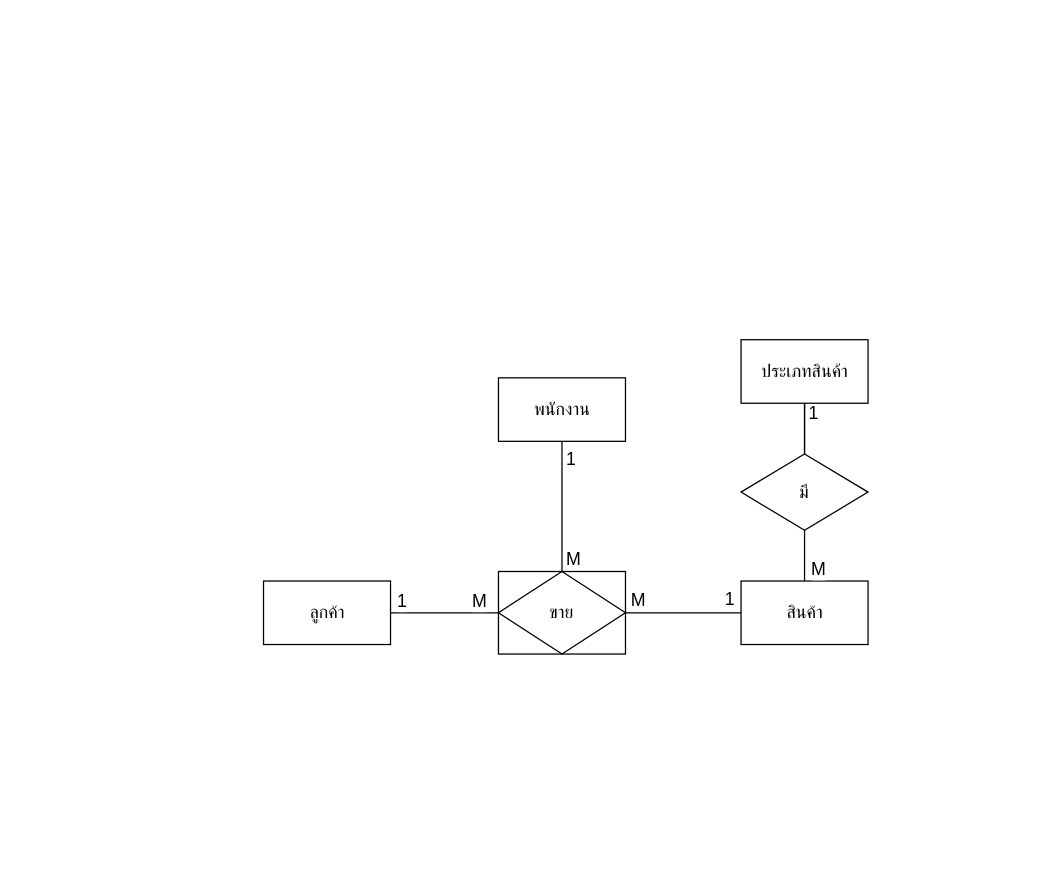
This is ERD_PoiPet_Shose.drawio from ThongChaiBoonChan/PoiPet-Shoes, a draw.io file, before an edit. Source tidied: cells renumbered, new cells numbered last; positions are measured from the earlier drawing's top-left corner, leaving out a move shared by most shapes. Both pictures are drawn from the tidied source at 127%, with x=0, y=0 at pixel (263, 339).
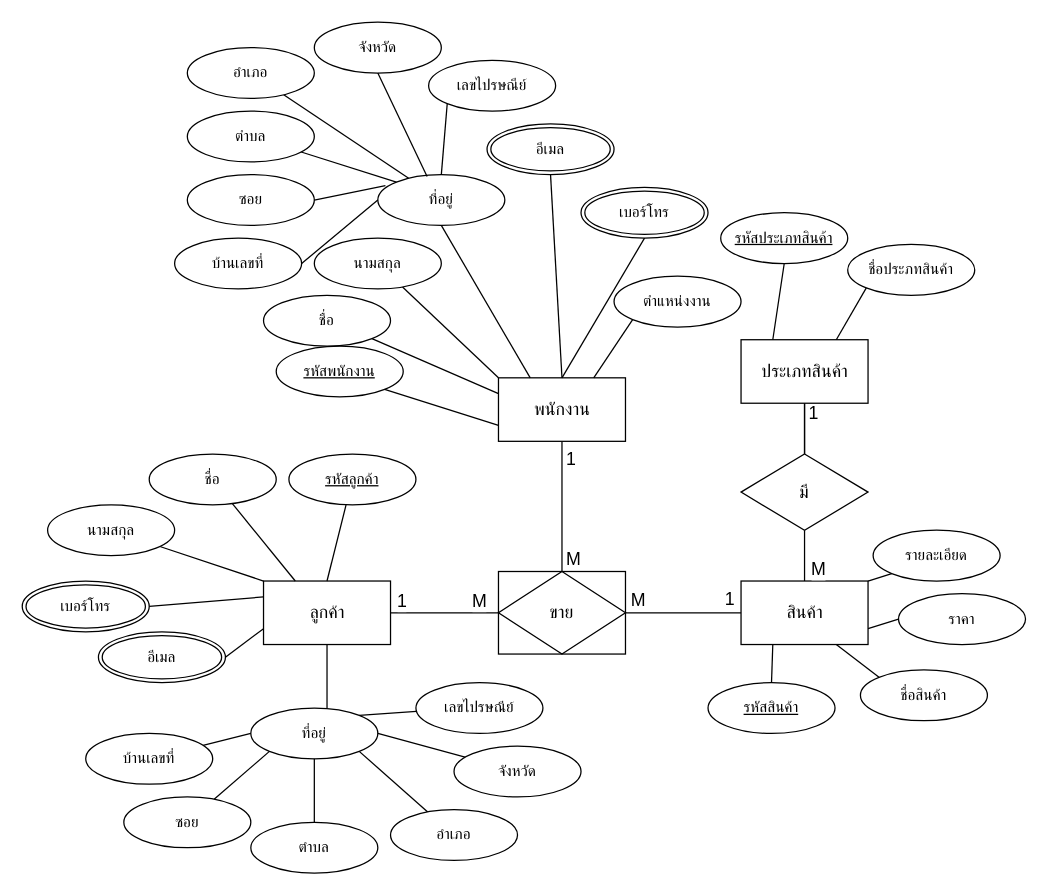
The same diagram, later.

The change refers to these unchanged cells:
```xml
<mxCell id="5" value="ลูกค้า" style="html=1;dashed=0;whitespace=wrap;fontSize=14;" parent="1" vertex="1">
  <mxGeometry y="190" width="100" height="50" as="geometry" />
</mxCell>
<mxCell id="6" value="สินค้า" style="html=1;dashed=0;whitespace=wrap;fontSize=14;" parent="1" vertex="1">
  <mxGeometry x="376" y="190" width="100" height="50" as="geometry" />
</mxCell>
<mxCell id="10" value="พนักงาน" style="html=1;dashed=0;whitespace=wrap;fontSize=14;" parent="1" vertex="1">
  <mxGeometry x="185" y="30" width="100" height="50" as="geometry" />
</mxCell>
<mxCell id="18" value="ประเภทสินค้า" style="html=1;dashed=0;whitespace=wrap;fontSize=14;" parent="1" vertex="1">
  <mxGeometry x="376" width="100" height="50" as="geometry" />
</mxCell>
```

What changed in the source:
```diff
@@
+    <mxCell id="22" style="edgeStyle=none;rounded=0;jettySize=auto;html=1;entryX=0.5;entryY=0;entryDx=0;entryDy=0;endArrow=none;endFill=0;" parent="1" edge="1" source="23" target="5">
+      <mxGeometry relative="1" as="geometry" />
+    </mxCell>
+    <mxCell id="23" value="รหัสลูกค้า" style="ellipse;whiteSpace=wrap;html=1;align=center;fontStyle=4;" parent="1" vertex="1">
+      <mxGeometry x="20" y="90" width="100" height="40" as="geometry" />
+    </mxCell>
+    <mxCell id="24" value="รหัสพนักงาน" style="ellipse;whiteSpace=wrap;html=1;align=center;fontStyle=4;" parent="1" vertex="1">
+      <mxGeometry x="10" y="5" width="100" height="40" as="geometry" />
+    </mxCell>
+    <mxCell id="25" value="รหัสประเภทสินค้า" style="ellipse;whiteSpace=wrap;html=1;align=center;fontStyle=4;" parent="1" vertex="1">
+      <mxGeometry x="360" y="-100" width="100" height="40" as="geometry" />
+    </mxCell>
+    <mxCell id="26" value="รหัสสินค้า" style="ellipse;whiteSpace=wrap;html=1;align=center;fontStyle=4;" parent="1" vertex="1">
+      <mxGeometry x="350" y="270" width="100" height="40" as="geometry" />
+    </mxCell>
+    <mxCell id="27" style="edgeStyle=none;rounded=0;jettySize=auto;html=1;entryX=0.25;entryY=0;entryDx=0;entryDy=0;endArrow=none;endFill=0;" parent="1" edge="1" source="28" target="5">
+      <mxGeometry relative="1" as="geometry" />
+    </mxCell>
+    <mxCell id="28" value="ชื่อ" style="ellipse;whiteSpace=wrap;html=1;align=center;" parent="1" vertex="1">
+      <mxGeometry x="-90" y="90" width="100" height="40" as="geometry" />
+    </mxCell>
+    <mxCell id="29" style="edgeStyle=none;rounded=0;jettySize=auto;html=1;entryX=0;entryY=0;entryDx=0;entryDy=0;endArrow=none;endFill=0;" parent="1" edge="1" source="30" target="5">
+      <mxGeometry relative="1" as="geometry" />
+    </mxCell>
+    <mxCell id="30" value="นามสกุล" style="ellipse;whiteSpace=wrap;html=1;align=center;" parent="1" vertex="1">
+      <mxGeometry x="-170" y="130" width="100" height="40" as="geometry" />
+    </mxCell>
+    <mxCell id="31" value="ชื่อ" style="ellipse;whiteSpace=wrap;html=1;align=center;" parent="1" vertex="1">
+      <mxGeometry y="-35" width="100" height="40" as="geometry" />
+    </mxCell>
+    <mxCell id="32" style="endArrow=none;html=1;rounded=0;exitX=0.5;exitY=0;exitDx=0;exitDy=0;entryX=0.5;entryY=1;entryDx=0;entryDy=0;" parent="1" edge="1" target="5">
+      <mxGeometry relative="1" as="geometry">
+        <mxPoint x="50" y="290" as="sourcePoint" />
+      </mxGeometry>
+    </mxCell>
+    <mxCell id="33" value="เบอร์โทร" style="ellipse;shape=doubleEllipse;margin=3;whiteSpace=wrap;html=1;align=center;" parent="1" vertex="1">
+      <mxGeometry x="-190" y="190" width="100" height="40" as="geometry" />
+    </mxCell>
+    <mxCell id="34" value="ที่อยู่" style="ellipse;whiteSpace=wrap;html=1;align=center;" parent="1" vertex="1">
+      <mxGeometry x="-10" y="290" width="100" height="40" as="geometry" />
+    </mxCell>
+    <mxCell id="35" value="อีเมล" style="ellipse;shape=doubleEllipse;margin=3;whiteSpace=wrap;html=1;align=center;" parent="1" vertex="1">
+      <mxGeometry x="-130" y="230" width="100" height="40" as="geometry" />
+    </mxCell>
+    <mxCell id="36" style="endArrow=none;html=1;rounded=0;exitX=1;exitY=0.5;exitDx=0;exitDy=0;entryX=0;entryY=0.25;entryDx=0;entryDy=0;" parent="1" edge="1" source="33" target="5">
+      <mxGeometry relative="1" as="geometry" />
+    </mxCell>
+    <mxCell id="37" style="endArrow=none;html=1;rounded=0;exitX=1;exitY=0.5;exitDx=0;exitDy=0;entryX=0;entryY=0.75;entryDx=0;entryDy=0;" parent="1" edge="1" source="35" target="5">
+      <mxGeometry relative="1" as="geometry" />
+    </mxCell>
+    <mxCell id="38" style="endArrow=none;html=1;rounded=0;exitX=1;exitY=1;exitDx=0;exitDy=0;entryX=0;entryY=0.75;entryDx=0;entryDy=0;" parent="1" edge="1" source="24" target="10">
+      <mxGeometry relative="1" as="geometry" />
+    </mxCell>
+    <mxCell id="39" style="endArrow=none;html=1;rounded=0;exitX=1;exitY=1;exitDx=0;exitDy=0;entryX=0;entryY=0.25;entryDx=0;entryDy=0;" parent="1" edge="1" source="31" target="10">
+      <mxGeometry relative="1" as="geometry" />
+    </mxCell>
+    <mxCell id="40" value="เบอร์โทร" style="ellipse;shape=doubleEllipse;margin=3;whiteSpace=wrap;html=1;align=center;" parent="1" vertex="1">
+      <mxGeometry x="250" y="-120" width="100" height="40" as="geometry" />
+    </mxCell>
+    <mxCell id="41" value="อีเมล" style="ellipse;shape=doubleEllipse;margin=3;whiteSpace=wrap;html=1;align=center;" parent="1" vertex="1">
+      <mxGeometry x="176" y="-170" width="100" height="40" as="geometry" />
+    </mxCell>
+    <mxCell id="42" value="บ้านเลขที่" style="ellipse;whiteSpace=wrap;html=1;align=center;" parent="1" vertex="1">
+      <mxGeometry x="-70" y="-80" width="100" height="40" as="geometry" />
+    </mxCell>
+    <mxCell id="43" value="ซอย" style="ellipse;whiteSpace=wrap;html=1;align=center;" parent="1" vertex="1">
+      <mxGeometry x="-60" y="-130" width="100" height="40" as="geometry" />
+    </mxCell>
+    <mxCell id="44" value="จังหวัด" style="ellipse;whiteSpace=wrap;html=1;align=center;" parent="1" vertex="1">
+      <mxGeometry x="40" y="-250" width="100" height="40" as="geometry" />
+    </mxCell>
+    <mxCell id="45" value="เลขไปรษณีย์" style="ellipse;whiteSpace=wrap;html=1;align=center;" parent="1" vertex="1">
+      <mxGeometry x="130" y="-220" width="100" height="40" as="geometry" />
+    </mxCell>
+    <mxCell id="46" value="ที่อยู่" style="ellipse;whiteSpace=wrap;html=1;align=center;" parent="1" vertex="1">
+      <mxGeometry x="90" y="-130" width="100" height="40" as="geometry" />
+    </mxCell>
+    <mxCell id="47" style="endArrow=none;html=1;rounded=0;exitX=1;exitY=0.5;exitDx=0;exitDy=0;entryX=0;entryY=0.5;entryDx=0;entryDy=0;" parent="1" edge="1" source="42" target="46">
+      <mxGeometry relative="1" as="geometry" />
+    </mxCell>
+    <mxCell id="48" style="endArrow=none;html=1;rounded=0;exitX=1;exitY=0.5;exitDx=0;exitDy=0;entryX=0.06;entryY=0.215;entryDx=0;entryDy=0;entryPerimeter=0;" parent="1" edge="1" source="43" target="46">
+      <mxGeometry relative="1" as="geometry" />
+    </mxCell>
+    <mxCell id="49" style="endArrow=none;html=1;rounded=0;exitX=0.5;exitY=1;exitDx=0;exitDy=0;entryX=0.25;entryY=0;entryDx=0;entryDy=0;" parent="1" edge="1" source="46" target="10">
+      <mxGeometry relative="1" as="geometry" />
+    </mxCell>
+    <mxCell id="50" style="endArrow=none;html=1;rounded=0;exitX=0.5;exitY=1;exitDx=0;exitDy=0;entryX=0.388;entryY=0.035;entryDx=0;entryDy=0;entryPerimeter=0;" parent="1" edge="1" source="44" target="46">
+      <mxGeometry relative="1" as="geometry" />
+    </mxCell>
+    <mxCell id="51" style="endArrow=none;html=1;rounded=0;exitX=0.5;exitY=0;exitDx=0;exitDy=0;entryX=0;entryY=1;entryDx=0;entryDy=0;" parent="1" edge="1" source="46" target="45">
+      <mxGeometry relative="1" as="geometry" />
+    </mxCell>
+    <mxCell id="52" style="endArrow=none;html=1;rounded=0;exitX=0.5;exitY=1;exitDx=0;exitDy=0;entryX=0.5;entryY=0;entryDx=0;entryDy=0;" parent="1" edge="1" source="41" target="10">
+      <mxGeometry relative="1" as="geometry" />
+    </mxCell>
+    <mxCell id="53" style="endArrow=none;html=1;rounded=0;exitX=0.5;exitY=1;exitDx=0;exitDy=0;entryX=0.5;entryY=0;entryDx=0;entryDy=0;" parent="1" edge="1" source="40" target="10">
+      <mxGeometry relative="1" as="geometry" />
+    </mxCell>
+    <mxCell id="54" value="ตำแหน่งงาน" style="ellipse;whiteSpace=wrap;html=1;align=center;" parent="1" vertex="1">
+      <mxGeometry x="276" y="-50" width="100" height="40" as="geometry" />
+    </mxCell>
+    <mxCell id="55" style="endArrow=none;html=1;rounded=0;exitX=0;exitY=1;exitDx=0;exitDy=0;entryX=0.75;entryY=0;entryDx=0;entryDy=0;" parent="1" edge="1" source="54" target="10">
+      <mxGeometry relative="1" as="geometry" />
+    </mxCell>
+    <mxCell id="56" value="ชื่อประภทสินค้า" style="ellipse;whiteSpace=wrap;html=1;align=center;" parent="1" vertex="1">
+      <mxGeometry x="460" y="-75" width="100" height="40" as="geometry" />
+    </mxCell>
+    <mxCell id="57" style="endArrow=none;html=1;rounded=0;exitX=0.5;exitY=1;exitDx=0;exitDy=0;entryX=0.25;entryY=0;entryDx=0;entryDy=0;" parent="1" edge="1" source="25" target="18">
+      <mxGeometry relative="1" as="geometry" />
+    </mxCell>
+    <mxCell id="58" style="endArrow=none;html=1;rounded=0;exitX=0;exitY=1;exitDx=0;exitDy=0;entryX=0.75;entryY=0;entryDx=0;entryDy=0;" parent="1" edge="1" source="56" target="18">
+      <mxGeometry relative="1" as="geometry" />
+    </mxCell>
+    <mxCell id="59" value="ชื่อสินค้า" style="ellipse;whiteSpace=wrap;html=1;align=center;" parent="1" vertex="1">
+      <mxGeometry x="470" y="260" width="100" height="40" as="geometry" />
+    </mxCell>
+    <mxCell id="60" style="endArrow=none;html=1;rounded=0;exitX=0.5;exitY=0;exitDx=0;exitDy=0;entryX=0.25;entryY=1;entryDx=0;entryDy=0;" parent="1" edge="1" source="26" target="6">
+      <mxGeometry relative="1" as="geometry" />
+    </mxCell>
+    <mxCell id="61" style="endArrow=none;html=1;rounded=0;exitX=0;exitY=0;exitDx=0;exitDy=0;entryX=0.75;entryY=1;entryDx=0;entryDy=0;" parent="1" edge="1" source="59" target="6">
+      <mxGeometry relative="1" as="geometry" />
+    </mxCell>
+    <mxCell id="62" value="ราคา" style="ellipse;whiteSpace=wrap;html=1;align=center;" parent="1" vertex="1">
+      <mxGeometry x="500" y="200" width="100" height="40" as="geometry" />
+    </mxCell>
+    <mxCell id="63" style="endArrow=none;html=1;rounded=0;exitX=1;exitY=0.75;exitDx=0;exitDy=0;entryX=0;entryY=0.5;entryDx=0;entryDy=0;" parent="1" edge="1" source="6" target="62">
+      <mxGeometry relative="1" as="geometry" />
+    </mxCell>
+    <mxCell id="64" value="รายละเอียด" style="ellipse;whiteSpace=wrap;html=1;align=center;" parent="1" vertex="1">
+      <mxGeometry x="480" y="150" width="100" height="40" as="geometry" />
+    </mxCell>
+    <mxCell id="65" style="endArrow=none;html=1;rounded=0;exitX=0;exitY=1;exitDx=0;exitDy=0;entryX=1;entryY=0;entryDx=0;entryDy=0;" parent="1" edge="1" source="64" target="6">
+      <mxGeometry relative="1" as="geometry" />
+    </mxCell>
+    <mxCell id="66" style="rounded=0;jettySize=auto;html=1;entryX=0;entryY=0;entryDx=0;entryDy=0;endArrow=none;endFill=0;" parent="1" edge="1" source="67" target="10">
+      <mxGeometry relative="1" as="geometry" />
+    </mxCell>
+    <mxCell id="67" value="นามสกุล" style="ellipse;whiteSpace=wrap;html=1;align=center;" parent="1" vertex="1">
+      <mxGeometry x="40" y="-80" width="100" height="40" as="geometry" />
+    </mxCell>
+    <mxCell id="68" style="edgeStyle=none;rounded=0;jettySize=auto;html=1;entryX=0;entryY=0;entryDx=0;entryDy=0;endArrow=none;endFill=0;" parent="1" edge="1" source="69" target="46">
+      <mxGeometry relative="1" as="geometry" />
+    </mxCell>
+    <mxCell id="69" value="ตำบล" style="ellipse;whiteSpace=wrap;html=1;align=center;" parent="1" vertex="1">
+      <mxGeometry x="-60" y="-180" width="100" height="40" as="geometry" />
+    </mxCell>
+    <mxCell id="70" style="edgeStyle=none;rounded=0;jettySize=auto;html=1;endArrow=none;endFill=0;" parent="1" edge="1" source="71" target="46">
+      <mxGeometry relative="1" as="geometry" />
+    </mxCell>
+    <mxCell id="71" value="อำเภอ" style="ellipse;whiteSpace=wrap;html=1;align=center;" parent="1" vertex="1">
+      <mxGeometry x="-60" y="-230" width="100" height="40" as="geometry" />
+    </mxCell>
+    <mxCell id="72" style="edgeStyle=none;rounded=0;jettySize=auto;html=1;entryX=0;entryY=0.5;entryDx=0;entryDy=0;endArrow=none;endFill=0;" parent="1" edge="1" source="73" target="34">
+      <mxGeometry relative="1" as="geometry" />
+    </mxCell>
+    <mxCell id="73" value="บ้านเลขที่" style="ellipse;whiteSpace=wrap;html=1;align=center;" parent="1" vertex="1">
+      <mxGeometry x="-140" y="310" width="100" height="40" as="geometry" />
+    </mxCell>
+    <mxCell id="74" style="edgeStyle=none;rounded=0;jettySize=auto;html=1;entryX=0;entryY=1;entryDx=0;entryDy=0;endArrow=none;endFill=0;" parent="1" edge="1" source="75" target="34">
+      <mxGeometry relative="1" as="geometry" />
+    </mxCell>
+    <mxCell id="75" value="ซอย" style="ellipse;whiteSpace=wrap;html=1;align=center;" parent="1" vertex="1">
+      <mxGeometry x="-110" y="360" width="100" height="40" as="geometry" />
+    </mxCell>
+    <mxCell id="76" style="edgeStyle=none;rounded=0;jettySize=auto;html=1;entryX=0.5;entryY=1;entryDx=0;entryDy=0;endArrow=none;endFill=0;" parent="1" edge="1" source="77" target="34">
+      <mxGeometry relative="1" as="geometry" />
+    </mxCell>
+    <mxCell id="77" value="ตำบล" style="ellipse;whiteSpace=wrap;html=1;align=center;" parent="1" vertex="1">
+      <mxGeometry x="-10" y="380" width="100" height="40" as="geometry" />
+    </mxCell>
+    <mxCell id="78" style="edgeStyle=none;rounded=0;jettySize=auto;html=1;entryX=1;entryY=1;entryDx=0;entryDy=0;endArrow=none;endFill=0;" parent="1" edge="1" source="79" target="34">
+      <mxGeometry relative="1" as="geometry" />
+    </mxCell>
+    <mxCell id="79" value="อำเภอ" style="ellipse;whiteSpace=wrap;html=1;align=center;" parent="1" vertex="1">
+      <mxGeometry x="100" y="370" width="100" height="40" as="geometry" />
+    </mxCell>
+    <mxCell id="80" style="edgeStyle=none;rounded=0;jettySize=auto;html=1;entryX=1;entryY=0.5;entryDx=0;entryDy=0;endArrow=none;endFill=0;" parent="1" edge="1" source="81" target="34">
+      <mxGeometry relative="1" as="geometry" />
+    </mxCell>
+    <mxCell id="81" value="จังหวัด" style="ellipse;whiteSpace=wrap;html=1;align=center;" parent="1" vertex="1">
+      <mxGeometry x="150" y="320" width="100" height="40" as="geometry" />
+    </mxCell>
+    <mxCell id="82" style="edgeStyle=none;rounded=0;jettySize=auto;html=1;entryX=1;entryY=0;entryDx=0;entryDy=0;endArrow=none;endFill=0;" parent="1" edge="1" source="83" target="34">
+      <mxGeometry relative="1" as="geometry" />
+    </mxCell>
+    <mxCell id="83" value="เลขไปรษณีย์" style="ellipse;whiteSpace=wrap;html=1;align=center;" parent="1" vertex="1">
+      <mxGeometry x="120" y="270" width="100" height="40" as="geometry" />
+    </mxCell>
```
